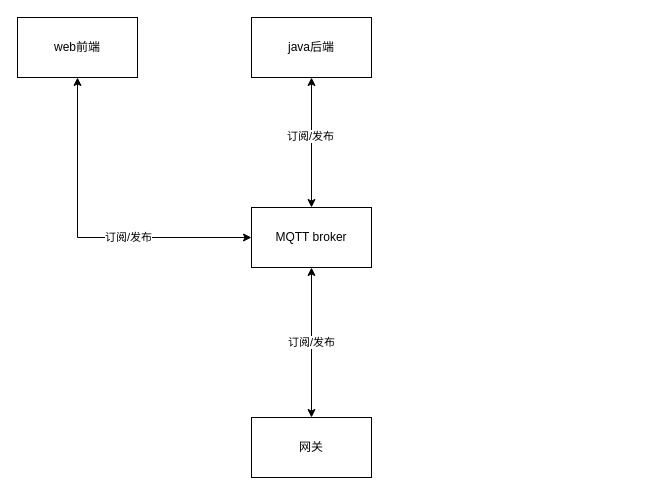
The draw.io diagram 站端网关版本.drawio in wangyufei0807/draw, before the edit. Source tidied: cells renumbered, new cells numbered last; positions are measured from the earlier drawing's top-left corner, leaving out a move shared by most shapes. Both pictures are drawn from the tidied source at 100%, with x=0, y=0 at pixel (17, 17).
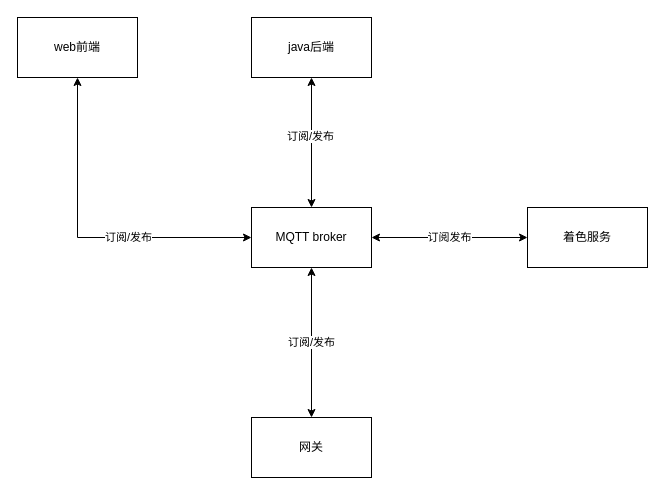
Above is the later version.

Commit message (it also covers changes not shown here):
更新站端网关版本.drawio

Diff of the diagram source:
```diff
@@
 <mxGraphModel>
   <root>
     <mxCell id="0" />
     <mxCell id="1" parent="0" />
     <mxCell id="2" value="订阅/发布" style="edgeStyle=orthogonalEdgeStyle;rounded=0;jettySize=auto;html=1;exitX=0.5;exitY=0;exitDx=0;exitDy=0;entryX=0.5;entryY=1;entryDx=0;entryDy=0;startArrow=classic;startFill=1;" parent="1" edge="1" source="3" target="6">
       <mxGeometry relative="1" as="geometry" />
     </mxCell>
     <mxCell id="3" value="网关" style="rounded=0;whiteSpace=wrap;html=1;" parent="1" vertex="1">
       <mxGeometry x="234" y="400" width="120" height="60" as="geometry" />
     </mxCell>
     <mxCell id="4" style="edgeStyle=orthogonalEdgeStyle;rounded=0;jettySize=auto;html=1;exitX=0.5;exitY=0;exitDx=0;exitDy=0;entryX=0.5;entryY=1;entryDx=0;entryDy=0;startArrow=classic;startFill=1;" parent="1" edge="1" source="6" target="7">
       <mxGeometry relative="1" as="geometry" />
     </mxCell>
     <mxCell id="5" value="订阅/发布" style="edgeLabel;html=1;align=center;verticalAlign=middle;" parent="4" vertex="1">
       <mxGeometry x="0.11" y="2" relative="1" as="geometry" />
     </mxCell>
     <mxCell id="6" value="MQTT broker" style="rounded=0;whiteSpace=wrap;html=1;" parent="1" vertex="1">
       <mxGeometry x="234" y="190" width="120" height="60" as="geometry" />
     </mxCell>
     <mxCell id="7" value="java后端" style="rounded=0;whiteSpace=wrap;html=1;" parent="1" vertex="1">
       <mxGeometry x="234" width="120" height="60" as="geometry" />
     </mxCell>
     <mxCell id="8" style="edgeStyle=orthogonalEdgeStyle;rounded=0;jettySize=auto;html=1;exitX=0.5;exitY=1;exitDx=0;exitDy=0;entryX=0;entryY=0.5;entryDx=0;entryDy=0;startArrow=classic;startFill=1;" parent="1" edge="1" source="10" target="6">
       <mxGeometry relative="1" as="geometry" />
     </mxCell>
     <mxCell id="9" value="订阅/发布" style="edgeLabel;html=1;align=center;verticalAlign=middle;" parent="8" vertex="1">
       <mxGeometry x="0.26" y="1" relative="1" as="geometry" />
     </mxCell>
     <mxCell id="10" value="web前端" style="rounded=0;whiteSpace=wrap;html=1;" parent="1" vertex="1">
       <mxGeometry width="120" height="60" as="geometry" />
     </mxCell>
+    <mxCell id="11" value="订阅发布" style="edgeStyle=orthogonalEdgeStyle;rounded=0;jettySize=auto;html=1;exitX=0;exitY=0.5;exitDx=0;exitDy=0;entryX=1;entryY=0.5;entryDx=0;entryDy=0;startArrow=classic;startFill=1;" parent="1" edge="1" source="12" target="6">
+      <mxGeometry relative="1" as="geometry" />
+    </mxCell>
+    <mxCell id="12" value="着色服务" style="rounded=0;whiteSpace=wrap;html=1;" parent="1" vertex="1">
+      <mxGeometry x="510" y="190" width="120" height="60" as="geometry" />
+    </mxCell>
   </root>
 </mxGraphModel>
```
